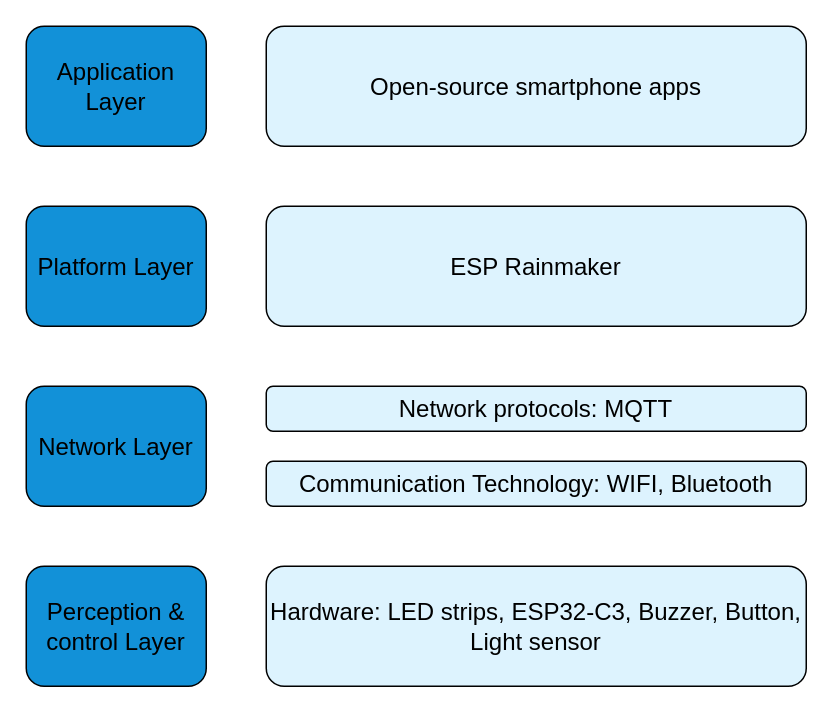
This is page "Page-3" (3 of 3) of PBL5.drawio from 106210049/CK_RTOS, a draw.io file, before an edit. Source tidied: cells renumbered, new cells numbered last; positions are measured from the earlier drawing's top-left corner, leaving out a move shared by most shapes. Both pictures are drawn from the tidied source at 150%, with x=0, y=0 at pixel (26, 26).
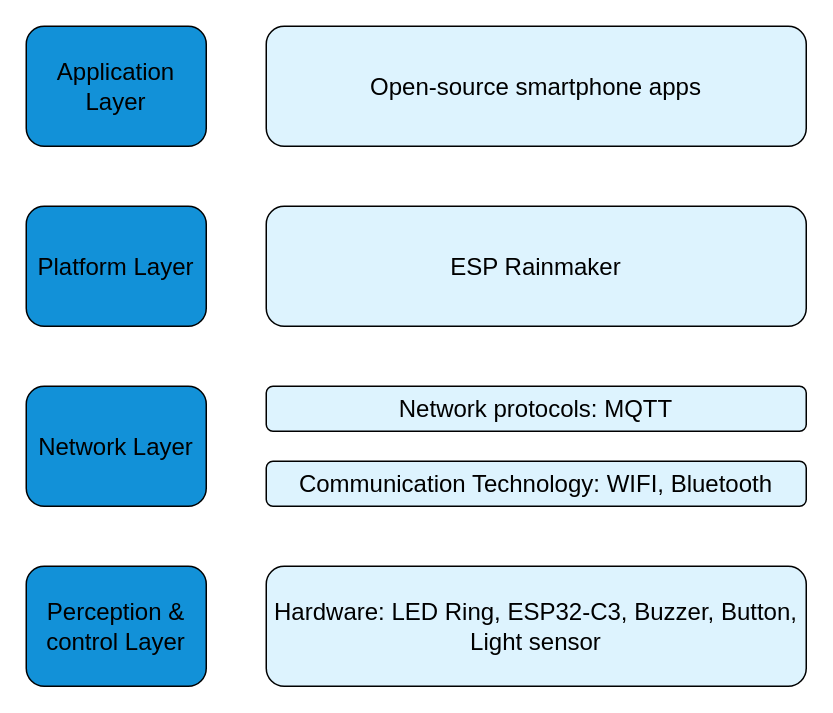
Above is the later version.

What changed in the source:
```diff
@@
 <mxGraphModel>
   <root>
     <mxCell id="0" />
     <mxCell id="1" parent="0" />
     <mxCell id="2" value="Application Layer" style="rounded=1;whiteSpace=wrap;html=1;fontSize=16;fillColor=#1291D8;" parent="1" vertex="1">
       <mxGeometry width="120" height="80" as="geometry" />
     </mxCell>
     <mxCell id="3" value="Platform Layer" style="rounded=1;whiteSpace=wrap;html=1;fontSize=16;fillColor=#1291D8;" parent="1" vertex="1">
       <mxGeometry y="120" width="120" height="80" as="geometry" />
     </mxCell>
     <mxCell id="4" value="Network Layer" style="rounded=1;whiteSpace=wrap;html=1;fontSize=16;fillColor=#1291D8;" parent="1" vertex="1">
       <mxGeometry y="240" width="120" height="80" as="geometry" />
     </mxCell>
     <mxCell id="5" value="Perception &amp;amp; control Layer" style="rounded=1;whiteSpace=wrap;html=1;fontSize=16;fillColor=#1291D8;" parent="1" vertex="1">
       <mxGeometry y="360" width="120" height="80" as="geometry" />
     </mxCell>
     <mxCell id="6" value="Open-source smartphone apps" style="rounded=1;whiteSpace=wrap;html=1;fontSize=16;fillColor=#DDF3FE;strokeColor=light-dark(#000000,#54A9CE);" parent="1" vertex="1">
       <mxGeometry x="160" width="360" height="80" as="geometry" />
     </mxCell>
     <mxCell id="7" value="ESP Rainmaker" style="rounded=1;whiteSpace=wrap;html=1;fontSize=16;fillColor=#DDF3FE;strokeColor=light-dark(#000000,#54A9CE);" parent="1" vertex="1">
       <mxGeometry x="160" y="120" width="360" height="80" as="geometry" />
     </mxCell>
     <mxCell id="8" value="Network protocols: MQTT" style="rounded=1;whiteSpace=wrap;html=1;fontSize=16;fillColor=#DDF3FE;strokeColor=light-dark(#000000,#54A9CE);" parent="1" vertex="1">
       <mxGeometry x="160" y="240" width="360" height="30" as="geometry" />
     </mxCell>
     <mxCell id="9" value="Communication Technology: WIFI, Bluetooth" style="rounded=1;whiteSpace=wrap;html=1;fontSize=16;fillColor=#DDF3FE;strokeColor=light-dark(#000000,#54A9CE);" parent="1" vertex="1">
       <mxGeometry x="160" y="290" width="360" height="30" as="geometry" />
     </mxCell>
-    <mxCell id="10" value="Hardware: LED strips, ESP32-C3, Buzzer, Button, Light sensor" style="rounded=1;whiteSpace=wrap;html=1;fontSize=16;fillColor=#DDF3FE;strokeColor=light-dark(#000000,#54A9CE);" parent="1" vertex="1">
+    <mxCell id="10" value="Hardware: LED Ring, ESP32-C3, Buzzer, Button, Light sensor" style="rounded=1;whiteSpace=wrap;html=1;fontSize=16;fillColor=#DDF3FE;strokeColor=light-dark(#000000,#54A9CE);" parent="1" vertex="1">
       <mxGeometry x="160" y="360" width="360" height="80" as="geometry" />
     </mxCell>
   </root>
 </mxGraphModel>
```
